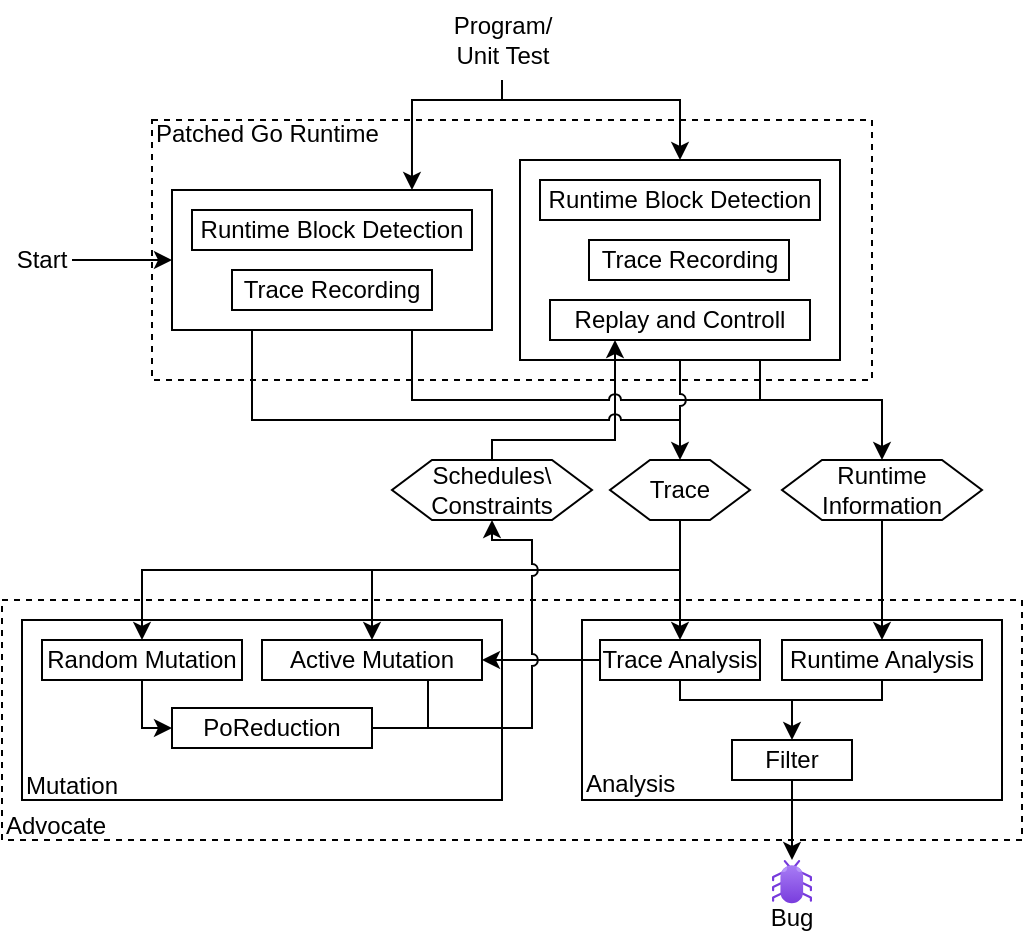
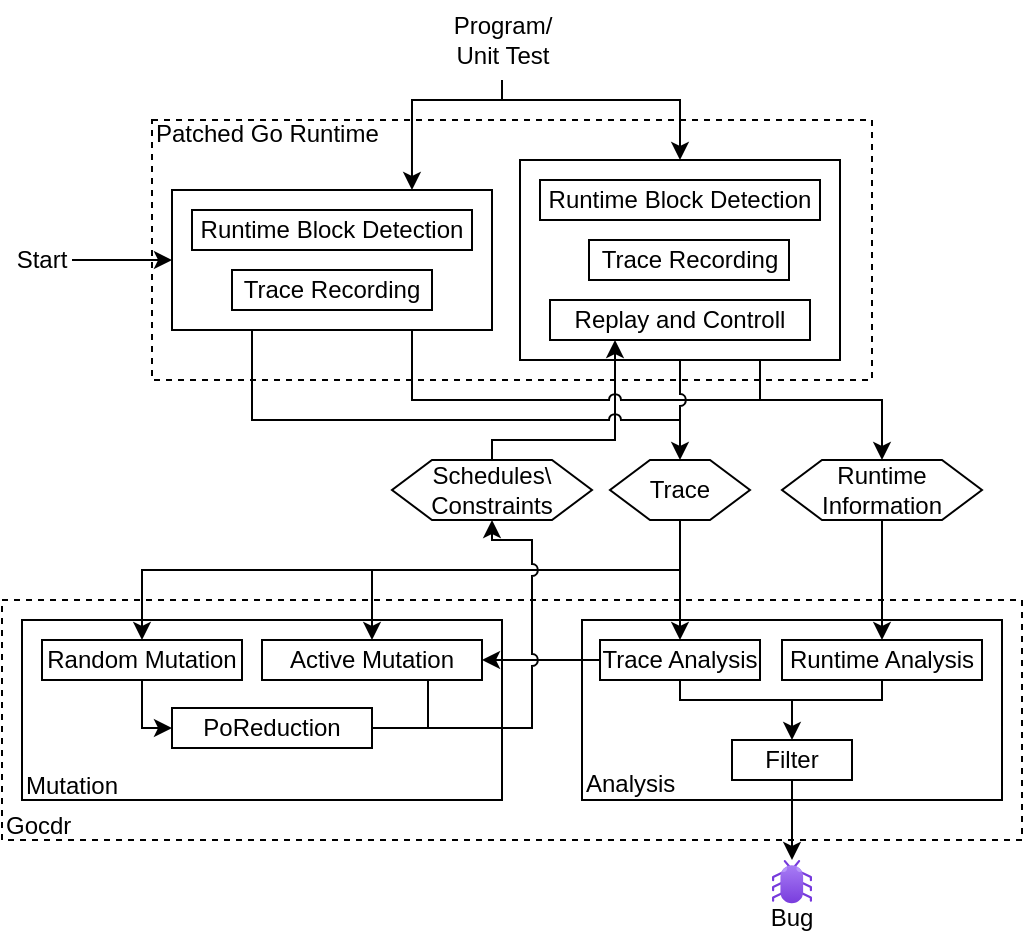
<mxfile host="Electron" agent="Mozilla/5.0 (X11; Linux x86_64) AppleWebKit/537.36 (KHTML, like Gecko) draw.io/28.2.5 Chrome/138.0.7204.251 Electron/37.6.1 Safari/537.36" version="28.2.5">
  <diagram name="Seite-1" id="I7Xw-049XUtACQCMJu7Q">
    <mxGraphModel dx="2022" dy="826" grid="1" gridSize="10" guides="1" tooltips="1" connect="1" arrows="1" fold="1" page="1" pageScale="1" pageWidth="827" pageHeight="1169" math="0" shadow="0">
      <root>
        <mxCell id="0" />
        <mxCell id="1" parent="0" />
        <mxCell id="k2_uHjtbIO64c7X6u3tt-105" value="" style="rounded=0;whiteSpace=wrap;html=1;dashed=1;" parent="1" vertex="1">
          <mxGeometry x="270" y="140" width="360" height="130" as="geometry" />
        </mxCell>
        <mxCell id="k2_uHjtbIO64c7X6u3tt-47" value="" style="group" parent="1" vertex="1" connectable="0">
          <mxGeometry x="454" y="160" width="160" height="100" as="geometry" />
        </mxCell>
        <mxCell id="k2_uHjtbIO64c7X6u3tt-72" style="edgeStyle=orthogonalEdgeStyle;rounded=0;orthogonalLoop=1;jettySize=auto;html=1;entryX=0.5;entryY=0;entryDx=0;entryDy=0;" parent="k2_uHjtbIO64c7X6u3tt-47" target="k2_uHjtbIO64c7X6u3tt-46" edge="1">
          <mxGeometry relative="1" as="geometry">
            <mxPoint x="-14" y="-30" as="sourcePoint" />
            <Array as="points">
              <mxPoint x="-9" y="-30" />
              <mxPoint x="80" y="-30" />
            </Array>
          </mxGeometry>
        </mxCell>
        <mxCell id="k2_uHjtbIO64c7X6u3tt-46" value="" style="rounded=0;whiteSpace=wrap;html=1;" parent="k2_uHjtbIO64c7X6u3tt-47" vertex="1">
          <mxGeometry width="160" height="100" as="geometry" />
        </mxCell>
        <mxCell id="74Rbqkr3RGKhppeuQ6-u-15" value="Replay and Controll" style="rounded=0;whiteSpace=wrap;html=1;" parent="k2_uHjtbIO64c7X6u3tt-47" vertex="1">
          <mxGeometry x="15" y="70" width="130" height="20" as="geometry" />
        </mxCell>
        <mxCell id="74Rbqkr3RGKhppeuQ6-u-17" value="Trace Recording" style="rounded=0;whiteSpace=wrap;html=1;" parent="k2_uHjtbIO64c7X6u3tt-47" vertex="1">
          <mxGeometry x="34.5" y="40" width="100" height="20" as="geometry" />
        </mxCell>
        <mxCell id="k2_uHjtbIO64c7X6u3tt-3" value="Runtime Block Detection" style="rounded=0;whiteSpace=wrap;html=1;" parent="k2_uHjtbIO64c7X6u3tt-47" vertex="1">
          <mxGeometry x="10" y="10" width="140" height="20" as="geometry" />
        </mxCell>
        <mxCell id="k2_uHjtbIO64c7X6u3tt-107" value="" style="rounded=0;whiteSpace=wrap;html=1;dashed=1;" parent="1" vertex="1">
          <mxGeometry x="195" y="380" width="510" height="120" as="geometry" />
        </mxCell>
        <mxCell id="k2_uHjtbIO64c7X6u3tt-91" style="edgeStyle=orthogonalEdgeStyle;rounded=0;orthogonalLoop=1;jettySize=auto;html=1;exitX=0.5;exitY=0;exitDx=0;exitDy=0;entryX=0.25;entryY=1;entryDx=0;entryDy=0;" parent="1" source="k2_uHjtbIO64c7X6u3tt-102" target="74Rbqkr3RGKhppeuQ6-u-15" edge="1">
          <mxGeometry relative="1" as="geometry">
            <mxPoint x="460" y="300" as="sourcePoint" />
            <Array as="points">
              <mxPoint x="440" y="300" />
              <mxPoint x="502" y="300" />
            </Array>
          </mxGeometry>
        </mxCell>
        <mxCell id="k2_uHjtbIO64c7X6u3tt-98" value="" style="edgeStyle=orthogonalEdgeStyle;rounded=0;orthogonalLoop=1;jettySize=auto;html=1;exitX=0.75;exitY=1;exitDx=0;exitDy=0;entryX=0.5;entryY=0;entryDx=0;entryDy=0;" parent="1" source="k2_uHjtbIO64c7X6u3tt-46" target="k2_uHjtbIO64c7X6u3tt-97" edge="1">
          <mxGeometry relative="1" as="geometry">
            <mxPoint x="574" y="260" as="sourcePoint" />
            <mxPoint x="630" y="390" as="targetPoint" />
            <Array as="points">
              <mxPoint x="574" y="280" />
              <mxPoint x="635" y="280" />
            </Array>
          </mxGeometry>
        </mxCell>
        <mxCell id="k2_uHjtbIO64c7X6u3tt-97" value="Runtime&lt;div&gt;Information&lt;/div&gt;" style="shape=hexagon;perimeter=hexagonPerimeter2;whiteSpace=wrap;html=1;fixedSize=1;" parent="1" vertex="1">
          <mxGeometry x="585" y="309.99999999999994" width="100" height="30" as="geometry" />
        </mxCell>
        <mxCell id="k2_uHjtbIO64c7X6u3tt-99" value="Trace" style="shape=hexagon;perimeter=hexagonPerimeter2;whiteSpace=wrap;html=1;fixedSize=1;" parent="1" vertex="1">
          <mxGeometry x="499" y="309.99999999999994" width="70" height="30" as="geometry" />
        </mxCell>
        <mxCell id="k2_uHjtbIO64c7X6u3tt-102" value="Schedules\&lt;div&gt;Constraints&lt;/div&gt;" style="shape=hexagon;perimeter=hexagonPerimeter2;whiteSpace=wrap;html=1;fixedSize=1;" parent="1" vertex="1">
          <mxGeometry x="390" y="310" width="100" height="30" as="geometry" />
        </mxCell>
        <mxCell id="k2_uHjtbIO64c7X6u3tt-103" value="" style="group" parent="1" vertex="1" connectable="0">
          <mxGeometry x="485" y="389.99999999999994" width="210" height="90.00000000000006" as="geometry" />
        </mxCell>
        <mxCell id="k2_uHjtbIO64c7X6u3tt-29" value="" style="rounded=0;whiteSpace=wrap;html=1;" parent="k2_uHjtbIO64c7X6u3tt-103" vertex="1">
          <mxGeometry width="210" height="90" as="geometry" />
        </mxCell>
        <mxCell id="74Rbqkr3RGKhppeuQ6-u-19" value="Filter" style="rounded=0;whiteSpace=wrap;html=1;" parent="k2_uHjtbIO64c7X6u3tt-103" vertex="1">
          <mxGeometry x="75" y="60" width="60" height="20" as="geometry" />
        </mxCell>
        <mxCell id="k2_uHjtbIO64c7X6u3tt-25" style="edgeStyle=orthogonalEdgeStyle;rounded=0;orthogonalLoop=1;jettySize=auto;html=1;exitX=0.5;exitY=1;exitDx=0;exitDy=0;entryX=0.5;entryY=0;entryDx=0;entryDy=0;" parent="k2_uHjtbIO64c7X6u3tt-103" source="k2_uHjtbIO64c7X6u3tt-21" target="74Rbqkr3RGKhppeuQ6-u-19" edge="1">
          <mxGeometry relative="1" as="geometry">
            <Array as="points">
              <mxPoint x="150" y="40" />
              <mxPoint x="105" y="40" />
            </Array>
          </mxGeometry>
        </mxCell>
        <mxCell id="k2_uHjtbIO64c7X6u3tt-21" value="Runtime Analysis" style="rounded=0;whiteSpace=wrap;html=1;" parent="k2_uHjtbIO64c7X6u3tt-103" vertex="1">
          <mxGeometry x="100" y="10" width="100" height="20" as="geometry" />
        </mxCell>
        <mxCell id="k2_uHjtbIO64c7X6u3tt-77" style="edgeStyle=orthogonalEdgeStyle;rounded=0;orthogonalLoop=1;jettySize=auto;html=1;exitX=0.5;exitY=1;exitDx=0;exitDy=0;endArrow=none;endFill=0;" parent="k2_uHjtbIO64c7X6u3tt-103" source="k2_uHjtbIO64c7X6u3tt-22" edge="1">
          <mxGeometry relative="1" as="geometry">
            <mxPoint x="110" y="40" as="targetPoint" />
            <Array as="points">
              <mxPoint x="50" y="40" />
              <mxPoint x="95" y="40" />
            </Array>
          </mxGeometry>
        </mxCell>
        <mxCell id="k2_uHjtbIO64c7X6u3tt-22" value="Trace Analysis" style="rounded=0;whiteSpace=wrap;html=1;" parent="k2_uHjtbIO64c7X6u3tt-103" vertex="1">
          <mxGeometry x="9" y="10" width="80" height="20" as="geometry" />
        </mxCell>
        <mxCell id="k2_uHjtbIO64c7X6u3tt-30" value="Analysis" style="text;html=1;align=left;verticalAlign=middle;whiteSpace=wrap;rounded=0;" parent="k2_uHjtbIO64c7X6u3tt-103" vertex="1">
          <mxGeometry y="74.00000000000006" width="50" height="16" as="geometry" />
        </mxCell>
        <mxCell id="k2_uHjtbIO64c7X6u3tt-93" style="edgeStyle=orthogonalEdgeStyle;rounded=0;orthogonalLoop=1;jettySize=auto;html=1;exitX=0.5;exitY=1;exitDx=0;exitDy=0;entryX=0.5;entryY=0;entryDx=0;entryDy=0;" parent="1" source="k2_uHjtbIO64c7X6u3tt-97" target="k2_uHjtbIO64c7X6u3tt-21" edge="1">
          <mxGeometry relative="1" as="geometry">
            <mxPoint x="628" y="280" as="targetPoint" />
            <Array as="points">
              <mxPoint x="635" y="350" />
              <mxPoint x="635" y="350" />
            </Array>
          </mxGeometry>
        </mxCell>
        <mxCell id="k2_uHjtbIO64c7X6u3tt-101" style="edgeStyle=orthogonalEdgeStyle;rounded=0;orthogonalLoop=1;jettySize=auto;html=1;exitX=0.5;exitY=1;exitDx=0;exitDy=0;entryX=0.5;entryY=0;entryDx=0;entryDy=0;" parent="1" source="k2_uHjtbIO64c7X6u3tt-99" target="k2_uHjtbIO64c7X6u3tt-22" edge="1">
          <mxGeometry relative="1" as="geometry">
            <Array as="points">
              <mxPoint x="534" y="340" />
            </Array>
          </mxGeometry>
        </mxCell>
        <mxCell id="k2_uHjtbIO64c7X6u3tt-73" style="rounded=0;orthogonalLoop=1;jettySize=auto;html=1;entryX=0;entryY=0.5;entryDx=0;entryDy=0;" parent="1" source="I3dUeAFyoRqeHVhiFnvn-35" target="I3dUeAFyoRqeHVhiFnvn-25" edge="1">
          <mxGeometry relative="1" as="geometry">
            <mxPoint x="325" y="175" as="targetPoint" />
          </mxGeometry>
        </mxCell>
        <mxCell id="I3dUeAFyoRqeHVhiFnvn-35" value="Start" style="text;html=1;align=center;verticalAlign=middle;whiteSpace=wrap;rounded=0;" parent="1" vertex="1">
          <mxGeometry x="200" y="195" width="30" height="30" as="geometry" />
        </mxCell>
        <mxCell id="k2_uHjtbIO64c7X6u3tt-71" style="edgeStyle=orthogonalEdgeStyle;rounded=0;orthogonalLoop=1;jettySize=auto;html=1;entryX=0.75;entryY=0;entryDx=0;entryDy=0;" parent="1" edge="1">
          <mxGeometry relative="1" as="geometry">
            <mxPoint x="445" y="120" as="sourcePoint" />
            <mxPoint x="399.99" y="174.99" as="targetPoint" />
            <Array as="points">
              <mxPoint x="445" y="130" />
              <mxPoint x="400" y="130" />
            </Array>
          </mxGeometry>
        </mxCell>
        <mxCell id="k2_uHjtbIO64c7X6u3tt-70" value="&lt;span style=&quot;text-wrap-mode: wrap; float: none; background-color: rgb(255, 255, 255); display: inline !important; color: rgb(0, 0, 0);&quot;&gt;Program/&lt;/span&gt;&lt;div style=&quot;text-wrap-mode: wrap; color: rgb(0, 0, 0);&quot;&gt;&lt;span style=&quot;background-color: rgb(255, 255, 255);&quot;&gt;Unit Test&lt;/span&gt;&lt;/div&gt;" style="text;html=1;align=center;verticalAlign=middle;resizable=0;points=[];autosize=1;strokeColor=none;fillColor=none;" parent="1" vertex="1">
          <mxGeometry x="410" y="80" width="70" height="40" as="geometry" />
        </mxCell>
        <mxCell id="k2_uHjtbIO64c7X6u3tt-78" value="" style="group" parent="1" vertex="1" connectable="0">
          <mxGeometry x="280" y="175" width="160" height="70" as="geometry" />
        </mxCell>
        <mxCell id="k2_uHjtbIO64c7X6u3tt-111" style="edgeStyle=orthogonalEdgeStyle;rounded=0;orthogonalLoop=1;jettySize=auto;html=1;exitX=0.25;exitY=1;exitDx=0;exitDy=0;endArrow=none;endFill=0;jumpStyle=arc;" parent="k2_uHjtbIO64c7X6u3tt-78" source="I3dUeAFyoRqeHVhiFnvn-25" edge="1">
          <mxGeometry relative="1" as="geometry">
            <mxPoint x="254" y="115" as="targetPoint" />
            <Array as="points">
              <mxPoint x="40" y="115" />
            </Array>
          </mxGeometry>
        </mxCell>
        <mxCell id="I3dUeAFyoRqeHVhiFnvn-25" value="" style="rounded=0;whiteSpace=wrap;html=1;" parent="k2_uHjtbIO64c7X6u3tt-78" vertex="1">
          <mxGeometry width="160" height="70" as="geometry" />
        </mxCell>
        <mxCell id="I3dUeAFyoRqeHVhiFnvn-29" value="Trace Recording" style="rounded=0;whiteSpace=wrap;html=1;" parent="k2_uHjtbIO64c7X6u3tt-78" vertex="1">
          <mxGeometry x="30" y="40" width="100" height="20" as="geometry" />
        </mxCell>
        <mxCell id="k2_uHjtbIO64c7X6u3tt-2" value="Runtime Block Detection" style="rounded=0;whiteSpace=wrap;html=1;" parent="k2_uHjtbIO64c7X6u3tt-78" vertex="1">
          <mxGeometry x="10" y="10" width="140" height="20" as="geometry" />
        </mxCell>
        <mxCell id="k2_uHjtbIO64c7X6u3tt-109" style="edgeStyle=orthogonalEdgeStyle;rounded=0;orthogonalLoop=1;jettySize=auto;html=1;exitX=0.75;exitY=1;exitDx=0;exitDy=0;endArrow=none;endFill=0;jumpStyle=arc;" parent="k2_uHjtbIO64c7X6u3tt-78" source="I3dUeAFyoRqeHVhiFnvn-25" edge="1">
          <mxGeometry relative="1" as="geometry">
            <mxPoint x="293.88461538461524" y="105" as="targetPoint" />
            <Array as="points">
              <mxPoint x="120" y="105" />
            </Array>
          </mxGeometry>
        </mxCell>
        <mxCell id="k2_uHjtbIO64c7X6u3tt-54" value="" style="rounded=0;whiteSpace=wrap;html=1;" parent="1" vertex="1">
          <mxGeometry x="205" y="389.99999999999994" width="240" height="90" as="geometry" />
        </mxCell>
        <mxCell id="k2_uHjtbIO64c7X6u3tt-52" style="edgeStyle=orthogonalEdgeStyle;rounded=0;orthogonalLoop=1;jettySize=auto;html=1;exitX=0.5;exitY=1;exitDx=0;exitDy=0;entryX=0;entryY=0.5;entryDx=0;entryDy=0;" parent="1" source="74Rbqkr3RGKhppeuQ6-u-21" target="k2_uHjtbIO64c7X6u3tt-51" edge="1">
          <mxGeometry relative="1" as="geometry">
            <Array as="points">
              <mxPoint x="265" y="444" />
            </Array>
          </mxGeometry>
        </mxCell>
        <mxCell id="-mvTWx8FZdTi1FsaGX4f-9" style="edgeStyle=orthogonalEdgeStyle;rounded=0;orthogonalLoop=1;jettySize=auto;html=1;exitX=0.5;exitY=0;exitDx=0;exitDy=0;entryX=0.5;entryY=0;entryDx=0;entryDy=0;" edge="1" parent="1" target="74Rbqkr3RGKhppeuQ6-u-21">
          <mxGeometry relative="1" as="geometry">
            <mxPoint x="380" y="370" as="sourcePoint" />
            <Array as="points">
              <mxPoint x="380" y="365" />
              <mxPoint x="265" y="365" />
            </Array>
          </mxGeometry>
        </mxCell>
        <mxCell id="74Rbqkr3RGKhppeuQ6-u-21" value="Random Mutation" style="rounded=0;whiteSpace=wrap;html=1;" parent="1" vertex="1">
          <mxGeometry x="215" y="399.99999999999994" width="100" height="20" as="geometry" />
        </mxCell>
        <mxCell id="k2_uHjtbIO64c7X6u3tt-51" value="PoReduction" style="rounded=0;whiteSpace=wrap;html=1;" parent="1" vertex="1">
          <mxGeometry x="280" y="433.99999999999994" width="100" height="20" as="geometry" />
        </mxCell>
        <mxCell id="-mvTWx8FZdTi1FsaGX4f-8" style="edgeStyle=orthogonalEdgeStyle;rounded=0;orthogonalLoop=1;jettySize=auto;html=1;exitX=0.5;exitY=0;exitDx=0;exitDy=0;endArrow=none;endFill=0;startArrow=classic;startFill=1;" edge="1" parent="1" source="k2_uHjtbIO64c7X6u3tt-68">
          <mxGeometry relative="1" as="geometry">
            <mxPoint x="530" y="365" as="targetPoint" />
            <Array as="points">
              <mxPoint x="380" y="365" />
              <mxPoint x="534" y="365" />
            </Array>
          </mxGeometry>
        </mxCell>
        <mxCell id="k2_uHjtbIO64c7X6u3tt-68" value="Active Mutation" style="rounded=0;whiteSpace=wrap;html=1;" parent="1" vertex="1">
          <mxGeometry x="325" y="399.99999999999994" width="110" height="20" as="geometry" />
        </mxCell>
        <mxCell id="I3dUeAFyoRqeHVhiFnvn-21" value="Mutation" style="text;html=1;align=left;verticalAlign=middle;whiteSpace=wrap;rounded=0;" parent="1" vertex="1">
          <mxGeometry x="205" y="466" width="47.37" height="14" as="geometry" />
        </mxCell>
        <mxCell id="k2_uHjtbIO64c7X6u3tt-108" style="edgeStyle=orthogonalEdgeStyle;rounded=0;orthogonalLoop=1;jettySize=auto;html=1;exitX=0.5;exitY=1;exitDx=0;exitDy=0;entryX=0.5;entryY=0;entryDx=0;entryDy=0;jumpStyle=arc;" parent="1" source="k2_uHjtbIO64c7X6u3tt-46" target="k2_uHjtbIO64c7X6u3tt-99" edge="1">
          <mxGeometry relative="1" as="geometry" />
        </mxCell>
-         <mxCell id="k2_uHjtbIO64c7X6u3tt-122" value="Advocate" style="text;html=1;align=left;verticalAlign=middle;whiteSpace=wrap;rounded=0;" parent="1" vertex="1">
+         <mxCell id="k2_uHjtbIO64c7X6u3tt-122" value="Gocdr" style="text;html=1;align=left;verticalAlign=middle;whiteSpace=wrap;rounded=0;" parent="1" vertex="1">
          <mxGeometry x="195" y="486" width="60" height="14" as="geometry" />
        </mxCell>
        <mxCell id="k2_uHjtbIO64c7X6u3tt-123" value="Patched Go Runtime" style="text;html=1;align=left;verticalAlign=middle;whiteSpace=wrap;rounded=0;" parent="1" vertex="1">
          <mxGeometry x="270" y="140" width="120" height="14" as="geometry" />
        </mxCell>
        <mxCell id="k2_uHjtbIO64c7X6u3tt-74" style="edgeStyle=orthogonalEdgeStyle;rounded=0;orthogonalLoop=1;jettySize=auto;html=1;exitX=0.5;exitY=1;exitDx=0;exitDy=0;" parent="1" source="74Rbqkr3RGKhppeuQ6-u-19" target="v6EGtla5pU5QmYVnP1JU-17" edge="1">
          <mxGeometry relative="1" as="geometry" />
        </mxCell>
        <mxCell id="k2_uHjtbIO64c7X6u3tt-124" value="" style="group" parent="1" vertex="1" connectable="0">
          <mxGeometry x="570" y="509.99999999999994" width="40" height="36.69000000000011" as="geometry" />
        </mxCell>
        <mxCell id="v6EGtla5pU5QmYVnP1JU-20" value="Bug" style="text;html=1;align=center;verticalAlign=middle;whiteSpace=wrap;rounded=0;" parent="k2_uHjtbIO64c7X6u3tt-124" vertex="1">
          <mxGeometry y="21.690000000000055" width="40" height="15" as="geometry" />
        </mxCell>
        <mxCell id="v6EGtla5pU5QmYVnP1JU-17" value="" style="image;aspect=fixed;html=1;points=[];align=center;fontSize=12;image=img/lib/azure2/general/Bug.svg;" parent="k2_uHjtbIO64c7X6u3tt-124" vertex="1">
          <mxGeometry x="10" width="20" height="21.69" as="geometry" />
        </mxCell>
        <mxCell id="k2_uHjtbIO64c7X6u3tt-80" style="edgeStyle=orthogonalEdgeStyle;rounded=0;orthogonalLoop=1;jettySize=auto;html=1;exitX=0;exitY=0.5;exitDx=0;exitDy=0;entryX=1;entryY=0.5;entryDx=0;entryDy=0;" parent="1" source="k2_uHjtbIO64c7X6u3tt-22" target="k2_uHjtbIO64c7X6u3tt-68" edge="1">
          <mxGeometry relative="1" as="geometry" />
        </mxCell>
        <mxCell id="k2_uHjtbIO64c7X6u3tt-88" style="edgeStyle=orthogonalEdgeStyle;rounded=0;orthogonalLoop=1;jettySize=auto;html=1;exitX=1;exitY=0.5;exitDx=0;exitDy=0;entryX=0.5;entryY=1;entryDx=0;entryDy=0;jumpStyle=arc;" parent="1" source="k2_uHjtbIO64c7X6u3tt-51" target="k2_uHjtbIO64c7X6u3tt-102" edge="1">
          <mxGeometry relative="1" as="geometry">
            <mxPoint x="459.9333333333334" y="342.99999999999994" as="targetPoint" />
            <Array as="points">
              <mxPoint x="460" y="444" />
              <mxPoint x="460" y="350" />
              <mxPoint x="440" y="350" />
            </Array>
          </mxGeometry>
        </mxCell>
        <mxCell id="-mvTWx8FZdTi1FsaGX4f-14" value="" style="endArrow=none;html=1;rounded=0;endFill=0;" edge="1" parent="1">
          <mxGeometry width="50" height="50" relative="1" as="geometry">
            <mxPoint x="408" y="420" as="sourcePoint" />
            <mxPoint x="408" y="444" as="targetPoint" />
          </mxGeometry>
        </mxCell>
      </root>
    </mxGraphModel>
  </diagram>
</mxfile>
